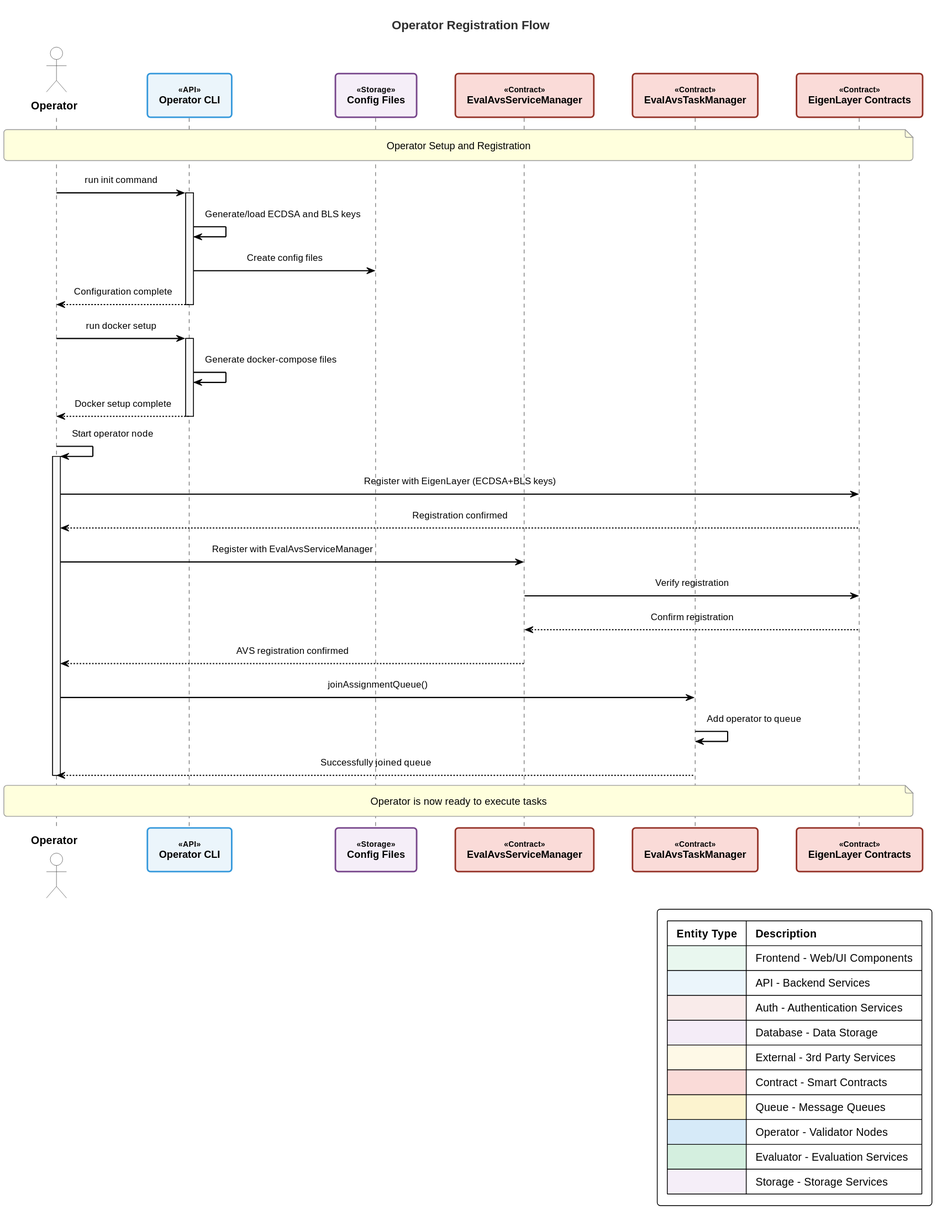
Earlier version of the PlantUML export custom-diagrams/diagrams/avs-registration-flow.svg (k-g-j/ll-sequence-diagrams).
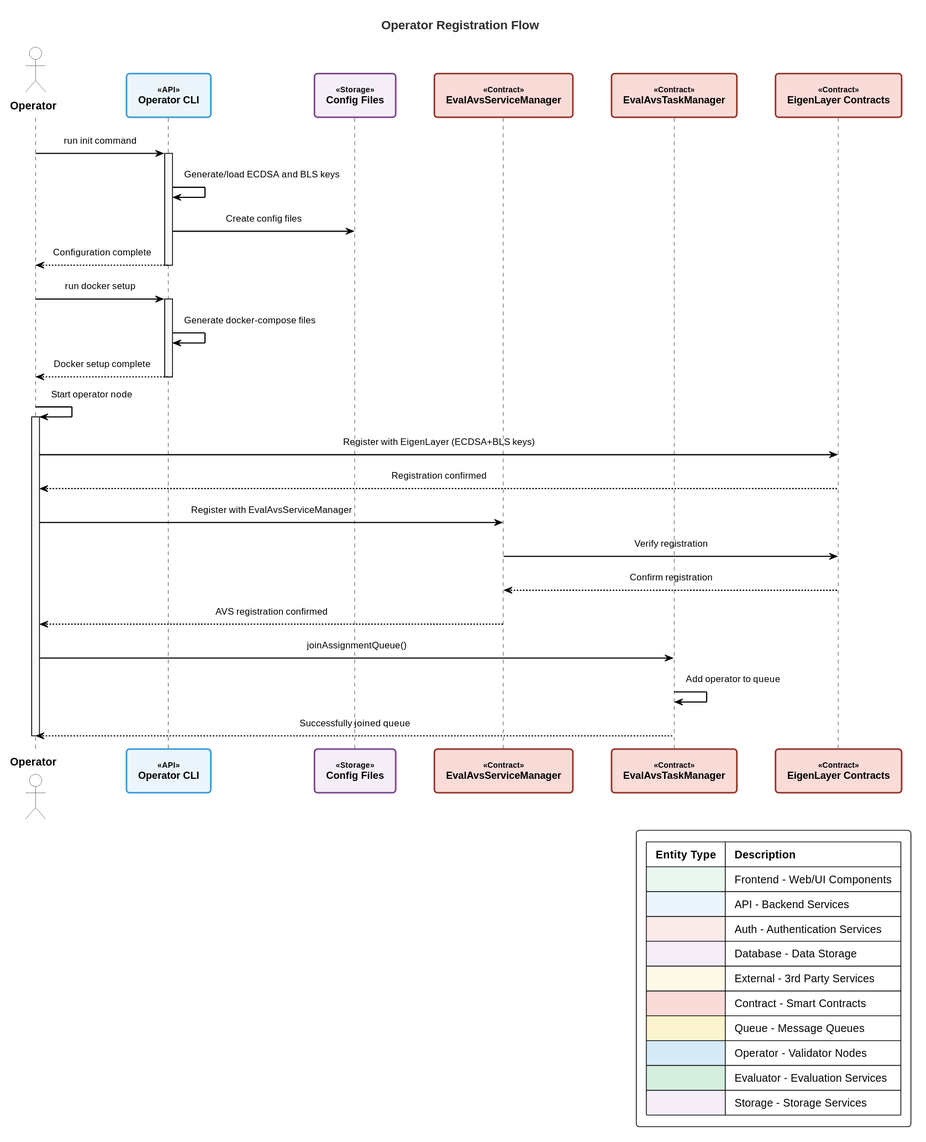
The same diagram one commit later.

Change to the diagram source:
```diff
@@ -15,7 +15,6 @@
 participant "EvalAvsTaskManager" as TaskManager <<Contract>>
 participant "EigenLayer Contracts" as EigenLayer <<Contract>>
 
-note over Operator, EigenLayer: Operator Setup and Registration
 
 Operator -> CLI: run init command
 activate CLI
@@ -44,6 +43,4 @@
 TaskManager -> TaskManager: Add operator to queue
 TaskManager --> Operator: Successfully joined queue
 deactivate Operator
-
-note over Operator, EigenLayer: Operator is now ready to execute tasks
 @enduml
```
